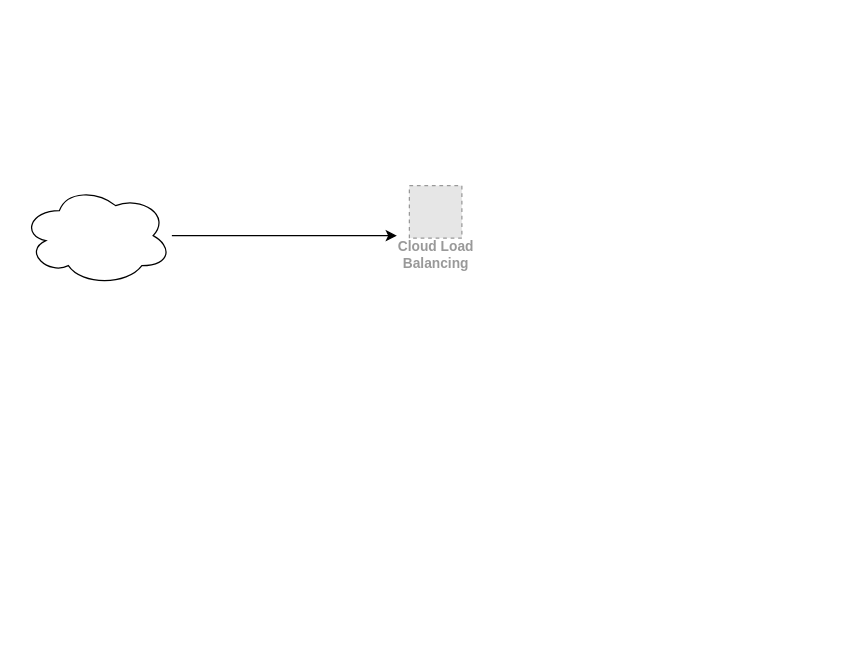
66li/autoscaler keeps this draw.io diagram as addon-resizer/未命名绘图.drawio. Above is the earlier version. Source tidied: cells renumbered, new cells numbered last; positions are measured from the earlier drawing's top-left corner, leaving out a move shared by most shapes. Both pictures are drawn from the tidied source at 125%, with x=0, y=0 at pixel (21, 185). Pictures stored in the file or linked from it are replaced by grey dashed boxes.
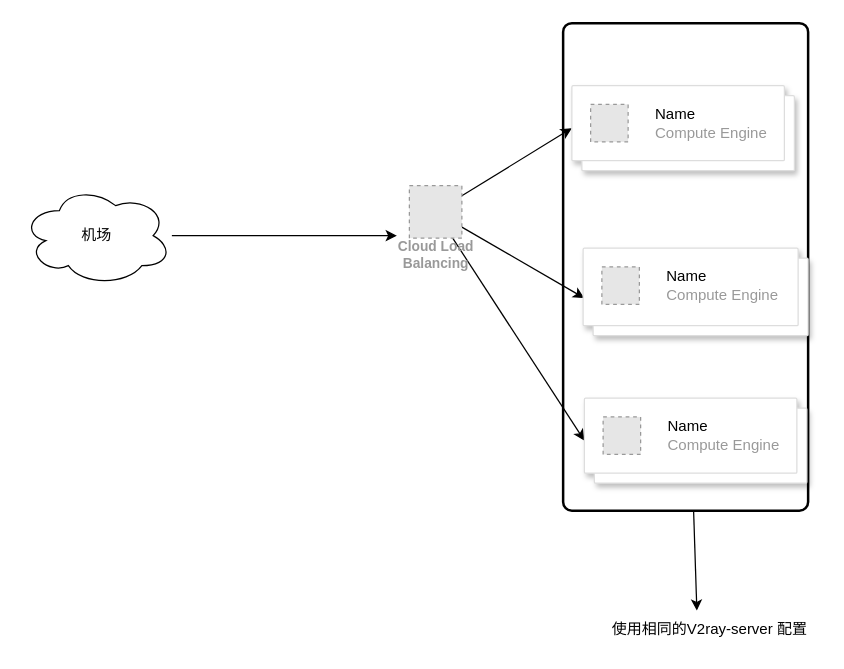
The same diagram, later.

Commit message (it also covers changes not shown here):
更新未命名绘图.drawio

Unchanged cells that the change refers to:
```xml
<mxCell id="2" value="Cloud Load&#10;Balancing" style="fillColor=#E6E6E6;strokeColor=#999999;dashed=1;html=1;verticalAlign=top;labelPosition=center;verticalLabelPosition=bottom;align=center;spacingTop=-6;fontSize=11;fontStyle=1;fontColor=#999999;" parent="1" vertex="1">
  <mxGeometry x="310" width="42" height="42" as="geometry" />
</mxCell>
```

What changed in the source:
```diff
@@
+    <mxCell id="6" style="edgeStyle=none;rounded=0;jettySize=auto;html=1;" parent="1" edge="1" source="7">
+      <mxGeometry relative="1" as="geometry">
+        <mxPoint x="540" y="340" as="targetPoint" />
+      </mxGeometry>
+    </mxCell>
+    <mxCell id="7" style="rounded=1;whiteSpace=wrap;html=1;absoluteArcSize=1;arcSize=14;strokeWidth=2;" parent="1" vertex="1">
+      <mxGeometry x="433" y="-130" width="196" height="390" as="geometry" />
+    </mxCell>
+    <mxCell id="8" style="edgeStyle=none;rounded=0;jettySize=auto;html=1;entryX=0;entryY=0.5;entryDx=0;entryDy=0;" parent="1" edge="1" source="2" target="12">
+      <mxGeometry relative="1" as="geometry" />
+    </mxCell>
+    <mxCell id="9" style="edgeStyle=none;rounded=0;orthogonalLoop=1;jettySize=auto;html=1;entryX=0;entryY=0.5;entryDx=0;entryDy=0;exitX=0;exitY=0.5;exitDx=0;exitDy=0;" parent="1" edge="1" source="14" target="14">
+      <mxGeometry relative="1" as="geometry" />
+    </mxCell>
+    <mxCell id="10" style="edgeStyle=none;rounded=0;jettySize=auto;html=1;" parent="1" edge="1" source="2">
+      <mxGeometry relative="1" as="geometry">
+        <mxPoint x="450" y="90" as="targetPoint" />
+      </mxGeometry>
+    </mxCell>
+    <mxCell id="11" style="edgeStyle=none;rounded=0;jettySize=auto;html=1;entryX=0;entryY=0.5;entryDx=0;entryDy=0;" parent="1" edge="1" source="2" target="16">
+      <mxGeometry relative="1" as="geometry" />
+    </mxCell>
@@
-    <mxCell id="4" style="ellipse;shape=cloud;whiteSpace=wrap;html=1;" parent="1" vertex="1">
+    <mxCell id="4" value="机场" style="ellipse;shape=cloud;whiteSpace=wrap;html=1;" parent="1" vertex="1">
       <mxGeometry width="120" height="80" as="geometry" />
     </mxCell>
@@
+    <mxCell id="12" style="shape=mxgraph.gcp2.doubleRect;strokeColor=#dddddd;shadow=1;strokeWidth=1;rounded=1;absoluteArcSize=1;arcSize=2;" parent="1" vertex="1">
+      <mxGeometry x="440" y="-80" width="178" height="68" as="geometry" />
+    </mxCell>
+    <mxCell id="13" value="&lt;font color=&quot;#000000&quot;&gt;Name&lt;/font&gt;&lt;br&gt;Compute Engine" style="fillColor=#E6E6E6;strokeColor=#999999;dashed=1;html=1;fontColor=#999999;verticalLabelPosition=middle;labelBackgroundColor=#ffffff;verticalAlign=middle;labelPosition=right;align=left;spacingLeft=20;" parent="12" vertex="1">
+      <mxGeometry width="30" height="30" relative="1" as="geometry">
+        <mxPoint x="15" y="15" as="offset" />
+      </mxGeometry>
+    </mxCell>
+    <mxCell id="14" style="shape=mxgraph.gcp2.doubleRect;strokeColor=#dddddd;shadow=1;strokeWidth=1;rounded=1;absoluteArcSize=1;arcSize=2;" parent="1" vertex="1">
+      <mxGeometry x="449" y="50" width="180" height="70" as="geometry" />
+    </mxCell>
+    <mxCell id="15" value="&lt;font color=&quot;#000000&quot;&gt;Name&lt;/font&gt;&lt;br&gt;Compute Engine" style="fillColor=#E6E6E6;strokeColor=#999999;dashed=1;html=1;fontColor=#999999;verticalLabelPosition=middle;labelBackgroundColor=#ffffff;verticalAlign=middle;labelPosition=right;align=left;spacingLeft=20;" parent="14" vertex="1">
+      <mxGeometry width="30" height="30" relative="1" as="geometry">
+        <mxPoint x="15" y="15" as="offset" />
+      </mxGeometry>
+    </mxCell>
+    <mxCell id="16" style="shape=mxgraph.gcp2.doubleRect;strokeColor=#dddddd;shadow=1;strokeWidth=1;rounded=1;absoluteArcSize=1;arcSize=2;" parent="1" vertex="1">
+      <mxGeometry x="450" y="170" width="178" height="68" as="geometry" />
+    </mxCell>
+    <mxCell id="17" value="&lt;font color=&quot;#000000&quot;&gt;Name&lt;/font&gt;&lt;br&gt;Compute Engine" style="fillColor=#E6E6E6;strokeColor=#999999;dashed=1;html=1;fontColor=#999999;verticalLabelPosition=middle;labelBackgroundColor=#ffffff;verticalAlign=middle;labelPosition=right;align=left;spacingLeft=20;" parent="16" vertex="1">
+      <mxGeometry width="30" height="30" relative="1" as="geometry">
+        <mxPoint x="15" y="15" as="offset" />
+      </mxGeometry>
+    </mxCell>
+    <mxCell id="18" value="使用相同的V2ray-server 配置" style="text;html=1;align=center;verticalAlign=middle;strokeColor=none;fillColor=none;" parent="1" vertex="1">
+      <mxGeometry x="460" y="340" width="180" height="30" as="geometry" />
+    </mxCell>
```
